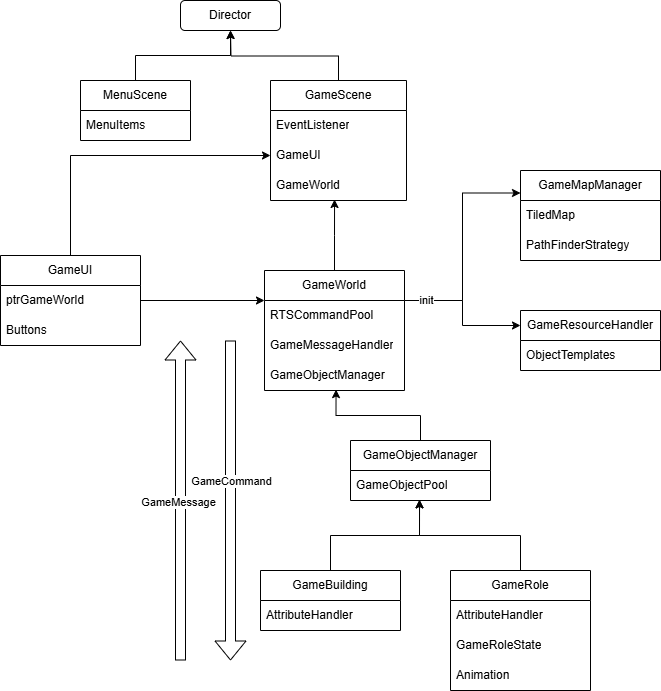
theElysia/Axmol-RTSGame keeps this draw.io diagram as pics/CodeStructure.png. Above is the earlier version. Source tidied: cells renumbered, new cells last; positions are measured from the earlier drawing's top-left corner, leaving out a move shared by most shapes. The source it was exported from:
```xml
<mxGraphModel>
  <root>
    <mxCell id="0" />
    <mxCell id="1" parent="0" />
    <mxCell id="2" style="edgeStyle=orthogonalEdgeStyle;rounded=0;jettySize=auto;html=1;exitX=0.5;exitY=0;exitDx=0;exitDy=0;entryX=0.5;entryY=1;entryDx=0;entryDy=0;" parent="1" edge="1" source="3" target="5">
      <mxGeometry relative="1" as="geometry" />
    </mxCell>
    <mxCell id="3" value="MenuScene" style="swimlane;fontStyle=0;horizontal=1;startSize=30;whiteSpace=wrap;html=1;" parent="1" vertex="1">
      <mxGeometry x="80" y="80" width="110" height="60" as="geometry" />
    </mxCell>
    <mxCell id="4" value="MenuItems" style="text;strokeColor=none;fillColor=none;align=left;verticalAlign=middle;spacingLeft=4;spacingRight=4;overflow=hidden;whiteSpace=wrap;html=1;" parent="3" vertex="1">
      <mxGeometry y="30" width="110" height="30" as="geometry" />
    </mxCell>
    <mxCell id="5" value="Director" style="rounded=1;whiteSpace=wrap;html=1;" parent="1" vertex="1">
      <mxGeometry x="180" width="100" height="30" as="geometry" />
    </mxCell>
    <mxCell id="6" style="edgeStyle=orthogonalEdgeStyle;rounded=0;jettySize=auto;html=1;exitX=0.5;exitY=0;exitDx=0;exitDy=0;" parent="1" edge="1" source="7">
      <mxGeometry relative="1" as="geometry">
        <mxPoint x="230" y="30" as="targetPoint" />
      </mxGeometry>
    </mxCell>
    <mxCell id="7" value="GameScene" style="swimlane;fontStyle=0;horizontal=1;startSize=30;whiteSpace=wrap;html=1;" parent="1" vertex="1">
      <mxGeometry x="270" y="80" width="136" height="120" as="geometry" />
    </mxCell>
    <mxCell id="8" value="EventListener" style="text;strokeColor=none;fillColor=none;align=left;verticalAlign=middle;spacingLeft=4;spacingRight=4;overflow=hidden;whiteSpace=wrap;html=1;" parent="7" vertex="1">
      <mxGeometry y="30" width="136" height="30" as="geometry" />
    </mxCell>
    <mxCell id="9" value="GameUI" style="text;strokeColor=none;fillColor=none;align=left;verticalAlign=middle;spacingLeft=4;spacingRight=4;overflow=hidden;points=[[0,0.5],[1,0.5]];portConstraint=eastwest;whiteSpace=wrap;html=1;" parent="7" vertex="1">
      <mxGeometry y="60" width="136" height="30" as="geometry" />
    </mxCell>
    <mxCell id="10" value="GameWorld" style="text;strokeColor=none;fillColor=none;align=left;verticalAlign=middle;spacingLeft=4;spacingRight=4;overflow=hidden;points=[[0,0.5],[1,0.5]];portConstraint=eastwest;whiteSpace=wrap;html=1;" parent="7" vertex="1">
      <mxGeometry y="90" width="136" height="30" as="geometry" />
    </mxCell>
    <mxCell id="11" style="edgeStyle=orthogonalEdgeStyle;rounded=0;jettySize=auto;html=1;exitX=1;exitY=0.25;exitDx=0;exitDy=0;entryX=0;entryY=0.25;entryDx=0;entryDy=0;" parent="1" edge="1" source="14" target="26">
      <mxGeometry relative="1" as="geometry" />
    </mxCell>
    <mxCell id="12" style="edgeStyle=orthogonalEdgeStyle;rounded=0;jettySize=auto;html=1;exitX=1;exitY=0.25;exitDx=0;exitDy=0;entryX=0;entryY=0.25;entryDx=0;entryDy=0;" parent="1" edge="1" source="14" target="29">
      <mxGeometry relative="1" as="geometry" />
    </mxCell>
    <mxCell id="13" value="init" style="edgeLabel;html=1;align=center;verticalAlign=middle;" parent="12" vertex="1">
      <mxGeometry x="-0.71" y="1" relative="1" as="geometry" />
    </mxCell>
    <mxCell id="14" value="GameWorld" style="swimlane;fontStyle=0;horizontal=1;startSize=30;whiteSpace=wrap;html=1;" parent="1" vertex="1">
      <mxGeometry x="264" y="270" width="140" height="120" as="geometry" />
    </mxCell>
    <mxCell id="15" value="RTSCommandPool" style="text;strokeColor=none;fillColor=none;align=left;verticalAlign=middle;spacingLeft=4;spacingRight=4;overflow=hidden;whiteSpace=wrap;html=1;" parent="14" vertex="1">
      <mxGeometry y="30" width="140" height="30" as="geometry" />
    </mxCell>
    <mxCell id="16" value="GameMessageHandler" style="text;strokeColor=none;fillColor=none;align=left;verticalAlign=middle;spacingLeft=4;spacingRight=4;overflow=hidden;whiteSpace=wrap;html=1;" parent="14" vertex="1">
      <mxGeometry y="60" width="140" height="30" as="geometry" />
    </mxCell>
    <mxCell id="17" value="GameObjectManager" style="text;strokeColor=none;fillColor=none;align=left;verticalAlign=middle;spacingLeft=4;spacingRight=4;overflow=hidden;points=[[0,0.5],[1,0.5]];portConstraint=eastwest;whiteSpace=wrap;html=1;" parent="14" vertex="1">
      <mxGeometry y="90" width="140" height="30" as="geometry" />
    </mxCell>
    <mxCell id="18" value="&lt;span style=&quot;text-align: left;&quot;&gt;GameObjectManager&lt;/span&gt;" style="swimlane;fontStyle=0;horizontal=1;startSize=30;whiteSpace=wrap;html=1;" parent="1" vertex="1">
      <mxGeometry x="350" y="440" width="140" height="60" as="geometry" />
    </mxCell>
    <mxCell id="19" value="GameObjectPool" style="text;strokeColor=none;fillColor=none;align=left;verticalAlign=middle;spacingLeft=4;spacingRight=4;overflow=hidden;points=[[0,0.5],[1,0.5]];portConstraint=eastwest;whiteSpace=wrap;html=1;" parent="18" vertex="1">
      <mxGeometry y="30" width="140" height="30" as="geometry" />
    </mxCell>
    <mxCell id="20" value="GameBuilding" style="swimlane;fontStyle=0;horizontal=1;startSize=30;whiteSpace=wrap;html=1;" parent="1" vertex="1">
      <mxGeometry x="260" y="570" width="140" height="60" as="geometry" />
    </mxCell>
    <mxCell id="21" value="AttributeHandler" style="text;strokeColor=none;fillColor=none;align=left;verticalAlign=middle;spacingLeft=4;spacingRight=4;overflow=hidden;whiteSpace=wrap;html=1;" parent="20" vertex="1">
      <mxGeometry y="30" width="140" height="30" as="geometry" />
    </mxCell>
    <mxCell id="22" value="GameRole" style="swimlane;fontStyle=0;horizontal=1;startSize=30;whiteSpace=wrap;html=1;" parent="1" vertex="1">
      <mxGeometry x="450" y="570" width="140" height="120" as="geometry" />
    </mxCell>
    <mxCell id="23" value="AttributeHandler" style="text;strokeColor=none;fillColor=none;align=left;verticalAlign=middle;spacingLeft=4;spacingRight=4;overflow=hidden;whiteSpace=wrap;html=1;" parent="22" vertex="1">
      <mxGeometry y="30" width="140" height="30" as="geometry" />
    </mxCell>
    <mxCell id="24" value="GameRoleState" style="text;strokeColor=none;fillColor=none;align=left;verticalAlign=middle;spacingLeft=4;spacingRight=4;overflow=hidden;whiteSpace=wrap;html=1;" parent="22" vertex="1">
      <mxGeometry y="60" width="140" height="30" as="geometry" />
    </mxCell>
    <mxCell id="25" value="Animation" style="text;strokeColor=none;fillColor=none;align=left;verticalAlign=middle;spacingLeft=4;spacingRight=4;overflow=hidden;whiteSpace=wrap;html=1;" parent="22" vertex="1">
      <mxGeometry y="90" width="140" height="30" as="geometry" />
    </mxCell>
    <mxCell id="26" value="GameMapManager" style="swimlane;fontStyle=0;horizontal=1;startSize=30;whiteSpace=wrap;html=1;" parent="1" vertex="1">
      <mxGeometry x="520" y="170" width="140" height="90" as="geometry" />
    </mxCell>
    <mxCell id="27" value="TiledMap" style="text;strokeColor=none;fillColor=none;align=left;verticalAlign=middle;spacingLeft=4;spacingRight=4;overflow=hidden;whiteSpace=wrap;html=1;" parent="26" vertex="1">
      <mxGeometry y="30" width="140" height="30" as="geometry" />
    </mxCell>
    <mxCell id="28" value="PathFinderStrategy" style="text;strokeColor=none;fillColor=none;align=left;verticalAlign=middle;spacingLeft=4;spacingRight=4;overflow=hidden;whiteSpace=wrap;html=1;" parent="26" vertex="1">
      <mxGeometry y="60" width="140" height="30" as="geometry" />
    </mxCell>
    <mxCell id="29" value="GameResourceHandler" style="swimlane;fontStyle=0;horizontal=1;startSize=30;whiteSpace=wrap;html=1;" parent="1" vertex="1">
      <mxGeometry x="520" y="310" width="140" height="60" as="geometry" />
    </mxCell>
    <mxCell id="30" value="ObjectTemplates" style="text;strokeColor=none;fillColor=none;align=left;verticalAlign=middle;spacingLeft=4;spacingRight=4;overflow=hidden;whiteSpace=wrap;html=1;" parent="29" vertex="1">
      <mxGeometry y="30" width="140" height="30" as="geometry" />
    </mxCell>
    <mxCell id="31" style="edgeStyle=orthogonalEdgeStyle;rounded=0;jettySize=auto;html=1;exitX=0.5;exitY=0;exitDx=0;exitDy=0;entryX=0;entryY=0.5;entryDx=0;entryDy=0;" parent="1" edge="1" source="32" target="9">
      <mxGeometry relative="1" as="geometry" />
    </mxCell>
    <mxCell id="32" value="GameUI" style="swimlane;fontStyle=0;horizontal=1;startSize=30;whiteSpace=wrap;html=1;" parent="1" vertex="1">
      <mxGeometry y="255" width="140" height="90" as="geometry" />
    </mxCell>
    <mxCell id="33" value="ptrGameWorld" style="text;strokeColor=none;fillColor=none;align=left;verticalAlign=middle;spacingLeft=4;spacingRight=4;overflow=hidden;points=[[0,0.5],[1,0.5]];portConstraint=eastwest;whiteSpace=wrap;html=1;" parent="32" vertex="1">
      <mxGeometry y="30" width="140" height="30" as="geometry" />
    </mxCell>
    <mxCell id="34" value="Buttons" style="text;strokeColor=none;fillColor=none;align=left;verticalAlign=middle;spacingLeft=4;spacingRight=4;overflow=hidden;whiteSpace=wrap;html=1;" parent="32" vertex="1">
      <mxGeometry y="60" width="140" height="30" as="geometry" />
    </mxCell>
    <mxCell id="35" style="shape=flexArrow;endArrow=classic;html=1;rounded=0;" parent="1" edge="1">
      <mxGeometry relative="1" as="geometry">
        <mxPoint x="230" y="340" as="sourcePoint" />
        <mxPoint x="230" y="660" as="targetPoint" />
      </mxGeometry>
    </mxCell>
    <mxCell id="36" value="GameCommand" style="edgeLabel;html=1;align=center;verticalAlign=middle;" parent="35" vertex="1">
      <mxGeometry x="-0.11" y="3" relative="1" as="geometry">
        <mxPoint x="-3" y="-2" as="offset" />
      </mxGeometry>
    </mxCell>
    <mxCell id="37" style="edgeStyle=orthogonalEdgeStyle;rounded=0;jettySize=auto;html=1;exitX=0.5;exitY=0;exitDx=0;exitDy=0;entryX=0.471;entryY=0.967;entryDx=0;entryDy=0;entryPerimeter=0;" parent="1" edge="1" source="14" target="10">
      <mxGeometry relative="1" as="geometry" />
    </mxCell>
    <mxCell id="38" style="edgeStyle=orthogonalEdgeStyle;rounded=0;jettySize=auto;html=1;exitX=1;exitY=0.5;exitDx=0;exitDy=0;entryX=0;entryY=0.25;entryDx=0;entryDy=0;" parent="1" edge="1" source="33" target="14">
      <mxGeometry relative="1" as="geometry" />
    </mxCell>
    <mxCell id="39" style="edgeStyle=orthogonalEdgeStyle;rounded=0;jettySize=auto;html=1;exitX=0.5;exitY=0;exitDx=0;exitDy=0;entryX=0.493;entryY=0.983;entryDx=0;entryDy=0;entryPerimeter=0;" parent="1" edge="1" source="20" target="19">
      <mxGeometry relative="1" as="geometry" />
    </mxCell>
    <mxCell id="40" style="edgeStyle=orthogonalEdgeStyle;rounded=0;jettySize=auto;html=1;exitX=0.5;exitY=0;exitDx=0;exitDy=0;entryX=0.493;entryY=0.969;entryDx=0;entryDy=0;entryPerimeter=0;" parent="1" edge="1" source="22" target="19">
      <mxGeometry relative="1" as="geometry" />
    </mxCell>
    <mxCell id="41" style="shape=flexArrow;endArrow=classic;html=1;rounded=0;" parent="1" edge="1">
      <mxGeometry relative="1" as="geometry">
        <mxPoint x="180" y="660" as="sourcePoint" />
        <mxPoint x="180" y="340" as="targetPoint" />
      </mxGeometry>
    </mxCell>
    <mxCell id="42" value="GameMessage" style="edgeLabel;html=1;align=center;verticalAlign=middle;" parent="41" vertex="1">
      <mxGeometry y="3" relative="1" as="geometry" />
    </mxCell>
    <mxCell id="43" style="edgeStyle=orthogonalEdgeStyle;rounded=0;jettySize=auto;html=1;exitX=0.5;exitY=0;exitDx=0;exitDy=0;entryX=0.511;entryY=0.969;entryDx=0;entryDy=0;entryPerimeter=0;" parent="1" edge="1" source="18" target="17">
      <mxGeometry relative="1" as="geometry" />
    </mxCell>
  </root>
</mxGraphModel>
```
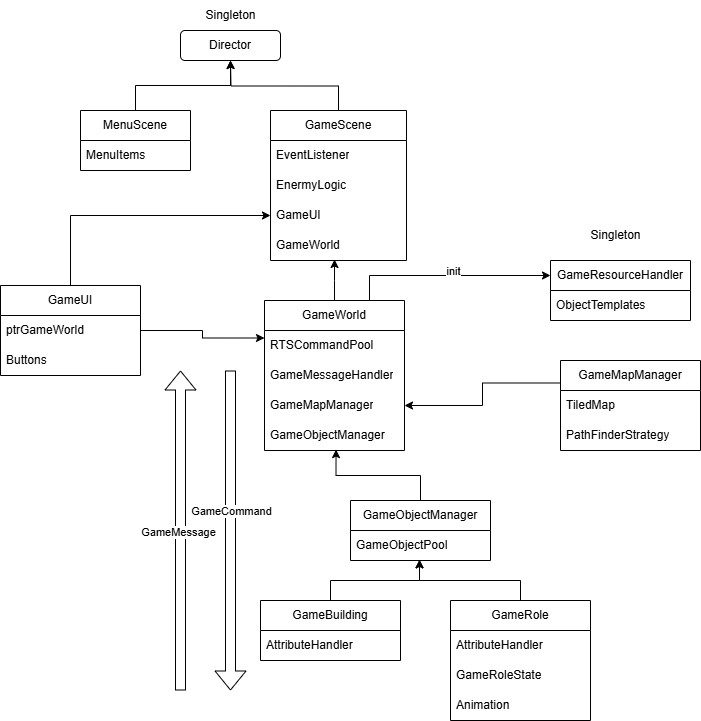
The same file after the commit.

The edit, as a diff of the source:
```diff
@@ -20,28 +20,30 @@
       </mxGeometry>
     </mxCell>
     <mxCell id="7" value="GameScene" style="swimlane;fontStyle=0;horizontal=1;startSize=30;whiteSpace=wrap;html=1;" parent="1" vertex="1">
-      <mxGeometry x="270" y="80" width="136" height="120" as="geometry" />
+      <mxGeometry x="270" y="80" width="136" height="150" as="geometry" />
     </mxCell>
+    <mxCell id="44" value="EventListener" style="text;strokeColor=none;fillColor=none;align=left;verticalAlign=middle;spacingLeft=4;spacingRight=4;overflow=hidden;whiteSpace=wrap;html=1;" parent="7" vertex="1">
+      <mxGeometry y="30" width="136" height="30" as="geometry" />
+    </mxCell>
-    <mxCell id="8" value="EventListener" style="text;strokeColor=none;fillColor=none;align=left;verticalAlign=middle;spacingLeft=4;spacingRight=4;overflow=hidden;whiteSpace=wrap;html=1;" parent="7" vertex="1">
-      <mxGeometry y="30" width="136" height="30" as="geometry" />
+    <mxCell id="8" value="EnermyLogic" style="text;strokeColor=none;fillColor=none;align=left;verticalAlign=middle;spacingLeft=4;spacingRight=4;overflow=hidden;whiteSpace=wrap;html=1;" parent="7" vertex="1">
+      <mxGeometry y="60" width="136" height="30" as="geometry" />
     </mxCell>
     <mxCell id="9" value="GameUI" style="text;strokeColor=none;fillColor=none;align=left;verticalAlign=middle;spacingLeft=4;spacingRight=4;overflow=hidden;points=[[0,0.5],[1,0.5]];portConstraint=eastwest;whiteSpace=wrap;html=1;" parent="7" vertex="1">
-      <mxGeometry y="60" width="136" height="30" as="geometry" />
+      <mxGeometry y="90" width="136" height="30" as="geometry" />
     </mxCell>
     <mxCell id="10" value="GameWorld" style="text;strokeColor=none;fillColor=none;align=left;verticalAlign=middle;spacingLeft=4;spacingRight=4;overflow=hidden;points=[[0,0.5],[1,0.5]];portConstraint=eastwest;whiteSpace=wrap;html=1;" parent="7" vertex="1">
-      <mxGeometry y="90" width="136" height="30" as="geometry" />
+      <mxGeometry y="120" width="136" height="30" as="geometry" />
     </mxCell>
-    <mxCell id="11" style="edgeStyle=orthogonalEdgeStyle;rounded=0;jettySize=auto;html=1;exitX=1;exitY=0.25;exitDx=0;exitDy=0;entryX=0;entryY=0.25;entryDx=0;entryDy=0;" parent="1" edge="1" source="14" target="26">
-      <mxGeometry relative="1" as="geometry" />
-    </mxCell>
-    <mxCell id="12" style="edgeStyle=orthogonalEdgeStyle;rounded=0;jettySize=auto;html=1;exitX=1;exitY=0.25;exitDx=0;exitDy=0;entryX=0;entryY=0.25;entryDx=0;entryDy=0;" parent="1" edge="1" source="14" target="29">
+    <mxCell id="12" style="edgeStyle=orthogonalEdgeStyle;rounded=0;jettySize=auto;html=1;exitX=0.75;exitY=0;exitDx=0;exitDy=0;entryX=0;entryY=0.25;entryDx=0;entryDy=0;" parent="1" edge="1" source="14" target="29">
       <mxGeometry relative="1" as="geometry" />
     </mxCell>
     <mxCell id="13" value="init" style="edgeLabel;html=1;align=center;verticalAlign=middle;" parent="12" vertex="1">
-      <mxGeometry x="-0.71" y="1" relative="1" as="geometry" />
+      <mxGeometry x="-0.53" y="-1" relative="1" as="geometry">
+        <mxPoint x="60" y="-6" as="offset" />
+      </mxGeometry>
     </mxCell>
     <mxCell id="14" value="GameWorld" style="swimlane;fontStyle=0;horizontal=1;startSize=30;whiteSpace=wrap;html=1;" parent="1" vertex="1">
-      <mxGeometry x="264" y="270" width="140" height="120" as="geometry" />
+      <mxGeometry x="264" y="270" width="140" height="150" as="geometry" />
     </mxCell>
     <mxCell id="15" value="RTSCommandPool" style="text;strokeColor=none;fillColor=none;align=left;verticalAlign=middle;spacingLeft=4;spacingRight=4;overflow=hidden;whiteSpace=wrap;html=1;" parent="14" vertex="1">
       <mxGeometry y="30" width="140" height="30" as="geometry" />
@@ -49,11 +51,14 @@
     <mxCell id="16" value="GameMessageHandler" style="text;strokeColor=none;fillColor=none;align=left;verticalAlign=middle;spacingLeft=4;spacingRight=4;overflow=hidden;whiteSpace=wrap;html=1;" parent="14" vertex="1">
       <mxGeometry y="60" width="140" height="30" as="geometry" />
     </mxCell>
+    <mxCell id="45" value="GameMapManager" style="text;strokeColor=none;fillColor=none;align=left;verticalAlign=middle;spacingLeft=4;spacingRight=4;overflow=hidden;points=[[0,0.5],[1,0.5]];portConstraint=eastwest;whiteSpace=wrap;html=1;" parent="14" vertex="1">
+      <mxGeometry y="90" width="140" height="30" as="geometry" />
+    </mxCell>
     <mxCell id="17" value="GameObjectManager" style="text;strokeColor=none;fillColor=none;align=left;verticalAlign=middle;spacingLeft=4;spacingRight=4;overflow=hidden;points=[[0,0.5],[1,0.5]];portConstraint=eastwest;whiteSpace=wrap;html=1;" parent="14" vertex="1">
-      <mxGeometry y="90" width="140" height="30" as="geometry" />
+      <mxGeometry y="120" width="140" height="30" as="geometry" />
     </mxCell>
     <mxCell id="18" value="&lt;span style=&quot;text-align: left;&quot;&gt;GameObjectManager&lt;/span&gt;" style="swimlane;fontStyle=0;horizontal=1;startSize=30;whiteSpace=wrap;html=1;" parent="1" vertex="1">
-      <mxGeometry x="350" y="440" width="140" height="60" as="geometry" />
+      <mxGeometry x="350" y="470" width="140" height="60" as="geometry" />
     </mxCell>
     <mxCell id="19" value="GameObjectPool" style="text;strokeColor=none;fillColor=none;align=left;verticalAlign=middle;spacingLeft=4;spacingRight=4;overflow=hidden;points=[[0,0.5],[1,0.5]];portConstraint=eastwest;whiteSpace=wrap;html=1;" parent="18" vertex="1">
       <mxGeometry y="30" width="140" height="30" as="geometry" />
@@ -76,8 +81,11 @@
     <mxCell id="25" value="Animation" style="text;strokeColor=none;fillColor=none;align=left;verticalAlign=middle;spacingLeft=4;spacingRight=4;overflow=hidden;whiteSpace=wrap;html=1;" parent="22" vertex="1">
       <mxGeometry y="90" width="140" height="30" as="geometry" />
     </mxCell>
+    <mxCell id="46" style="edgeStyle=orthogonalEdgeStyle;rounded=0;jettySize=auto;html=1;exitX=0;exitY=0.25;exitDx=0;exitDy=0;entryX=1;entryY=0.5;entryDx=0;entryDy=0;" parent="1" edge="1" source="26" target="45">
+      <mxGeometry relative="1" as="geometry" />
+    </mxCell>
     <mxCell id="26" value="GameMapManager" style="swimlane;fontStyle=0;horizontal=1;startSize=30;whiteSpace=wrap;html=1;" parent="1" vertex="1">
-      <mxGeometry x="520" y="170" width="140" height="90" as="geometry" />
+      <mxGeometry x="560" y="330" width="140" height="90" as="geometry" />
     </mxCell>
     <mxCell id="27" value="TiledMap" style="text;strokeColor=none;fillColor=none;align=left;verticalAlign=middle;spacingLeft=4;spacingRight=4;overflow=hidden;whiteSpace=wrap;html=1;" parent="26" vertex="1">
       <mxGeometry y="30" width="140" height="30" as="geometry" />
@@ -86,7 +94,7 @@
       <mxGeometry y="60" width="140" height="30" as="geometry" />
     </mxCell>
     <mxCell id="29" value="GameResourceHandler" style="swimlane;fontStyle=0;horizontal=1;startSize=30;whiteSpace=wrap;html=1;" parent="1" vertex="1">
-      <mxGeometry x="520" y="310" width="140" height="60" as="geometry" />
+      <mxGeometry x="550" y="230" width="140" height="60" as="geometry" />
     </mxCell>
     <mxCell id="30" value="ObjectTemplates" style="text;strokeColor=none;fillColor=none;align=left;verticalAlign=middle;spacingLeft=4;spacingRight=4;overflow=hidden;whiteSpace=wrap;html=1;" parent="29" vertex="1">
       <mxGeometry y="30" width="140" height="30" as="geometry" />
@@ -138,5 +146,11 @@
     <mxCell id="43" style="edgeStyle=orthogonalEdgeStyle;rounded=0;jettySize=auto;html=1;exitX=0.5;exitY=0;exitDx=0;exitDy=0;entryX=0.511;entryY=0.969;entryDx=0;entryDy=0;entryPerimeter=0;" parent="1" edge="1" source="18" target="17">
       <mxGeometry relative="1" as="geometry" />
     </mxCell>
+    <mxCell id="47" value="Singleton" style="text;html=1;align=center;verticalAlign=middle;strokeColor=none;fillColor=none;" parent="1" vertex="1">
+      <mxGeometry x="195" y="-30" width="70" height="30" as="geometry" />
+    </mxCell>
+    <mxCell id="48" value="Singleton" style="text;html=1;align=center;verticalAlign=middle;strokeColor=none;fillColor=none;" parent="1" vertex="1">
+      <mxGeometry x="580" y="190" width="70" height="30" as="geometry" />
+    </mxCell>
   </root>
 </mxGraphModel>
```
